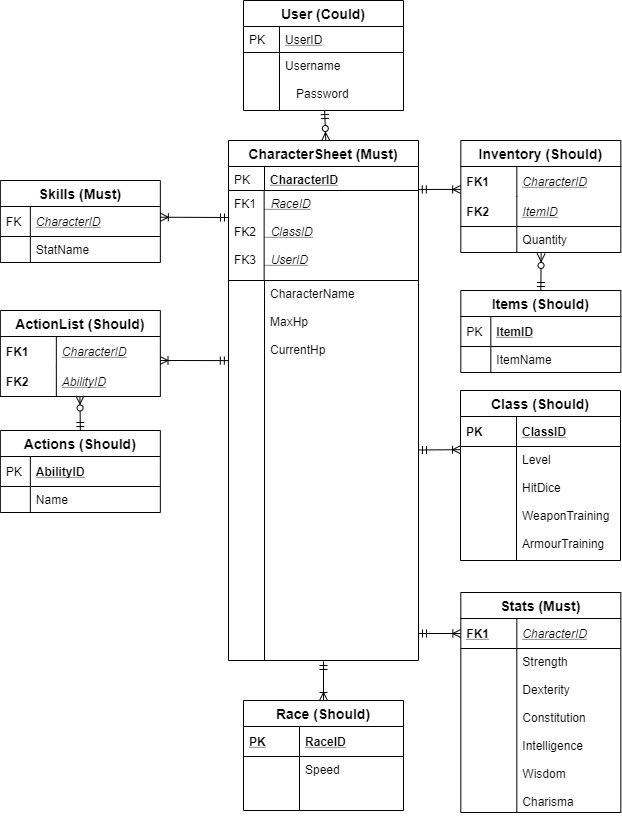
Christian-QA/redfern-dnd-website keeps this draw.io diagram as documentation/ERD DND Website.png. Above is the earlier version. Source tidied: cells renumbered, new cells last; positions are measured from the earlier drawing's top-left corner, leaving out a move shared by most shapes.
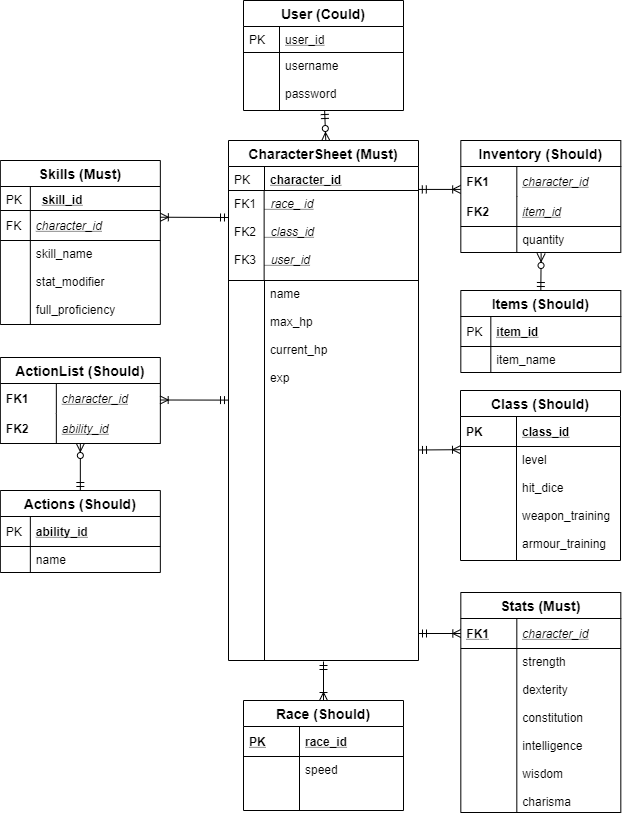
The same file after the commit.

Commit message:
Updated ERD as it was using old column names

Diff of the diagram source:
```diff
@@ -4,5 +4,2 @@
     <mxCell id="1" parent="0" />
-    <mxCell id="2" value="Password" style="text;strokeColor=none;fillColor=none;spacingLeft=4;spacingRight=4;overflow=hidden;fontSize=12;" parent="1" vertex="1">
-      <mxGeometry x="290" y="80" width="96" height="26" as="geometry" />
-    </mxCell>
     <mxCell id="3" style="fontSize=12;html=1;endArrow=ERzeroToMany;startArrow=ERmandOne;entryX=0.512;entryY=0;entryDx=0;entryDy=0;entryPerimeter=0;" parent="1" edge="1" source="54" target="4">
@@ -13,3 +10,3 @@
     </mxCell>
-    <mxCell id="5" value="CharacterID" style="shape=partialRectangle;top=0;left=0;right=0;bottom=1;align=left;verticalAlign=top;fillColor=none;spacingLeft=40;spacingRight=4;overflow=hidden;rounded=0;shadow=0;strokeWidth=1;fontStyle=5;" parent="4" vertex="1">
+    <mxCell id="5" value="character_id" style="shape=partialRectangle;top=0;left=0;right=0;bottom=1;align=left;verticalAlign=top;fillColor=none;spacingLeft=40;spacingRight=4;overflow=hidden;rounded=0;shadow=0;strokeWidth=1;fontStyle=5;" parent="4" vertex="1">
       <mxGeometry y="26" width="190" height="24" as="geometry" />
@@ -19,3 +16,3 @@
     </mxCell>
-    <mxCell id="7" value="  RaceID&#10;&#10;  ClassID&#10;&#10;  UserID" style="shape=partialRectangle;top=0;left=0;right=0;bottom=1;align=left;verticalAlign=top;fillColor=none;spacingLeft=34;spacingRight=4;overflow=hidden;points=[[0,0.5],[1,0.5]];portConstraint=eastwest;fontSize=12;fontStyle=6;" parent="4" vertex="1">
+    <mxCell id="7" value="  race_ id&#10;&#10;  class_id&#10;&#10;  user_id" style="shape=partialRectangle;top=0;left=0;right=0;bottom=1;align=left;verticalAlign=top;fillColor=none;spacingLeft=34;spacingRight=4;overflow=hidden;points=[[0,0.5],[1,0.5]];portConstraint=eastwest;fontSize=12;fontStyle=6;" parent="4" vertex="1">
       <mxGeometry y="50" width="190" height="90" as="geometry" />
@@ -25,3 +22,3 @@
     </mxCell>
-    <mxCell id="9" value="CharacterName&#10;&#10;MaxHp&#10;&#10;CurrentHp&#10;&#10;" style="shape=partialRectangle;top=0;left=0;right=0;bottom=0;align=left;verticalAlign=top;fillColor=none;spacingLeft=40;spacingRight=4;overflow=hidden;points=[[0,0.5],[1,0.5]];portConstraint=eastwest;rounded=0;shadow=0;strokeWidth=1;" parent="4" vertex="1">
+    <mxCell id="9" value="name&#10;&#10;max_hp&#10;&#10;current_hp&#10;&#10;exp" style="shape=partialRectangle;top=0;left=0;right=0;bottom=0;align=left;verticalAlign=top;fillColor=none;spacingLeft=40;spacingRight=4;overflow=hidden;points=[[0,0.5],[1,0.5]];portConstraint=eastwest;rounded=0;shadow=0;strokeWidth=1;" parent="4" vertex="1">
       <mxGeometry y="140" width="190" height="380" as="geometry" />
@@ -43,6 +40,4 @@
     </mxCell>
-    <mxCell id="14" style="fontSize=12;html=1;endArrow=ERzeroToMany;startArrow=ERmandOne;exitX=0.5;exitY=0;exitDx=0;exitDy=0;entryX=0.5;entryY=0.983;entryDx=0;entryDy=0;entryPerimeter=0;" parent="1" edge="1" source="61">
-      <mxGeometry relative="1" as="geometry">
-        <mxPoint x="79.4" y="395.5" as="targetPoint" />
-      </mxGeometry>
+    <mxCell id="14" style="fontSize=12;html=1;endArrow=ERzeroToMany;startArrow=ERmandOne;exitX=0.5;exitY=0;exitDx=0;exitDy=0;" parent="1" edge="1" source="61" target="59">
+      <mxGeometry relative="1" as="geometry" />
     </mxCell>
@@ -50,4 +45,4 @@
       <mxGeometry relative="1" as="geometry">
-        <mxPoint x="227.8" y="360.1" as="sourcePoint" />
-        <mxPoint x="159.5" y="360" as="targetPoint" />
+        <mxPoint x="228" y="399.6" as="sourcePoint" />
+        <mxPoint x="159.7" y="399.5" as="targetPoint" />
       </mxGeometry>
@@ -57,3 +52,3 @@
     </mxCell>
-    <mxCell id="17" value="CharacterID" style="shape=partialRectangle;top=0;left=0;right=0;bottom=0;align=left;verticalAlign=middle;fillColor=none;spacingLeft=60;spacingRight=4;overflow=hidden;points=[[0,0.5],[1,0.5]];portConstraint=eastwest;fontStyle=6;fontSize=12;" parent="16" vertex="1">
+    <mxCell id="17" value="character_id" style="shape=partialRectangle;top=0;left=0;right=0;bottom=0;align=left;verticalAlign=middle;fillColor=none;spacingLeft=60;spacingRight=4;overflow=hidden;points=[[0,0.5],[1,0.5]];portConstraint=eastwest;fontStyle=6;fontSize=12;" parent="16" vertex="1">
       <mxGeometry y="26" width="160" height="30" as="geometry" />
@@ -63,3 +58,3 @@
     </mxCell>
-    <mxCell id="19" value="ItemID" style="shape=partialRectangle;top=0;left=0;right=0;bottom=1;align=left;verticalAlign=middle;fillColor=none;spacingLeft=60;spacingRight=4;overflow=hidden;fontStyle=6;fontSize=12;" parent="16" vertex="1">
+    <mxCell id="19" value="item_id" style="shape=partialRectangle;top=0;left=0;right=0;bottom=1;align=left;verticalAlign=middle;fillColor=none;spacingLeft=60;spacingRight=4;overflow=hidden;fontStyle=6;fontSize=12;" parent="16" vertex="1">
       <mxGeometry y="56" width="160" height="30" as="geometry" />
@@ -69,3 +64,3 @@
     </mxCell>
-    <mxCell id="21" value="Quantity" style="shape=partialRectangle;top=0;left=0;right=0;bottom=0;align=left;verticalAlign=top;fillColor=none;spacingLeft=60;spacingRight=4;overflow=hidden;points=[[0,0.5],[1,0.5]];portConstraint=eastwest;fontSize=12;" parent="16" vertex="1">
+    <mxCell id="21" value="quantity" style="shape=partialRectangle;top=0;left=0;right=0;bottom=0;align=left;verticalAlign=top;fillColor=none;spacingLeft=60;spacingRight=4;overflow=hidden;points=[[0,0.5],[1,0.5]];portConstraint=eastwest;fontSize=12;" parent="16" vertex="1">
       <mxGeometry y="86" width="160" height="26" as="geometry" />
@@ -78,3 +73,3 @@
     </mxCell>
-    <mxCell id="24" value="ItemID" style="shape=partialRectangle;top=0;left=0;right=0;bottom=1;align=left;verticalAlign=middle;fillColor=none;spacingLeft=34;spacingRight=4;overflow=hidden;fontStyle=5;fontSize=12;" parent="23" vertex="1">
+    <mxCell id="24" value="item_id" style="shape=partialRectangle;top=0;left=0;right=0;bottom=1;align=left;verticalAlign=middle;fillColor=none;spacingLeft=34;spacingRight=4;overflow=hidden;fontStyle=5;fontSize=12;" parent="23" vertex="1">
       <mxGeometry y="26" width="160" height="30" as="geometry" />
@@ -84,3 +79,3 @@
     </mxCell>
-    <mxCell id="26" value="ItemName" style="shape=partialRectangle;top=0;left=0;right=0;bottom=0;align=left;verticalAlign=top;fillColor=none;spacingLeft=34;spacingRight=4;overflow=hidden;fontSize=12;" parent="23" vertex="1">
+    <mxCell id="26" value="item_name" style="shape=partialRectangle;top=0;left=0;right=0;bottom=0;align=left;verticalAlign=top;fillColor=none;spacingLeft=34;spacingRight=4;overflow=hidden;fontSize=12;" parent="23" vertex="1">
       <mxGeometry y="56" width="160" height="26" as="geometry" />
@@ -90,17 +85,2 @@
     </mxCell>
-    <mxCell id="28" value="Skills (Must)" style="swimlane;fontStyle=1;horizontal=1;startSize=26;align=center;fontSize=14;" parent="1" vertex="1">
-      <mxGeometry x="-0.2" y="180" width="160" height="82" as="geometry" />
-    </mxCell>
-    <mxCell id="29" value="CharacterID" style="shape=partialRectangle;top=0;left=0;right=0;bottom=1;align=left;verticalAlign=middle;fillColor=none;spacingLeft=34;spacingRight=4;overflow=hidden;fontStyle=6;fontSize=12;" parent="28" vertex="1">
-      <mxGeometry y="26" width="160" height="30" as="geometry" />
-    </mxCell>
-    <mxCell id="30" value="FK" style="shape=partialRectangle;top=0;left=0;bottom=0;fillColor=none;align=left;verticalAlign=middle;spacingLeft=4;spacingRight=4;overflow=hidden;fontSize=12;" parent="29" vertex="1">
-      <mxGeometry width="30" height="30" as="geometry" />
-    </mxCell>
-    <mxCell id="31" value="StatName" style="shape=partialRectangle;top=0;left=0;right=0;bottom=0;align=left;verticalAlign=top;fillColor=none;spacingLeft=34;spacingRight=4;overflow=hidden;fontSize=12;" parent="28" vertex="1">
-      <mxGeometry y="56" width="160" height="26" as="geometry" />
-    </mxCell>
-    <mxCell id="32" style="shape=partialRectangle;top=0;left=0;bottom=0;fillColor=none;align=left;verticalAlign=top;spacingLeft=4;spacingRight=4;overflow=hidden;fontSize=12;" parent="31" vertex="1">
-      <mxGeometry width="30" height="26" as="geometry" />
-    </mxCell>
     <mxCell id="33" value="Class (Should)" style="swimlane;fontStyle=1;horizontal=1;startSize=26;align=center;fontSize=14;" parent="1" vertex="1">
@@ -108,3 +88,3 @@
     </mxCell>
-    <mxCell id="34" value="ClassID" style="shape=partialRectangle;top=0;left=0;right=0;bottom=1;align=left;verticalAlign=middle;fillColor=none;spacingLeft=60;spacingRight=4;overflow=hidden;fontStyle=5;fontSize=12;" parent="33" vertex="1">
+    <mxCell id="34" value="class_id" style="shape=partialRectangle;top=0;left=0;right=0;bottom=1;align=left;verticalAlign=middle;fillColor=none;spacingLeft=60;spacingRight=4;overflow=hidden;fontStyle=5;fontSize=12;" parent="33" vertex="1">
       <mxGeometry y="26" width="160" height="30" as="geometry" />
@@ -114,3 +94,3 @@
     </mxCell>
-    <mxCell id="36" value="Level&#10;&#10;HitDice&#10;&#10;WeaponTraining&#10;&#10;ArmourTraining" style="shape=partialRectangle;top=0;left=0;right=0;bottom=0;align=left;verticalAlign=top;fillColor=none;spacingLeft=60;spacingRight=4;overflow=hidden;points=[[0,0.5],[1,0.5]];portConstraint=eastwest;fontSize=12;" parent="33" vertex="1">
+    <mxCell id="36" value="level&#10;&#10;hit_dice&#10;&#10;weapon_training&#10;&#10;armour_training" style="shape=partialRectangle;top=0;left=0;right=0;bottom=0;align=left;verticalAlign=top;fillColor=none;spacingLeft=60;spacingRight=4;overflow=hidden;points=[[0,0.5],[1,0.5]];portConstraint=eastwest;fontSize=12;" parent="33" vertex="1">
       <mxGeometry y="56" width="160" height="114" as="geometry" />
@@ -136,3 +116,3 @@
     </mxCell>
-    <mxCell id="42" value="UserID" style="shape=partialRectangle;top=0;left=0;right=0;bottom=1;align=left;verticalAlign=top;fillColor=none;spacingLeft=40;spacingRight=4;overflow=hidden;rounded=0;shadow=0;strokeWidth=1;fontStyle=4;" parent="41" vertex="1">
+    <mxCell id="42" value="user_id" style="shape=partialRectangle;top=0;left=0;right=0;bottom=1;align=left;verticalAlign=top;fillColor=none;spacingLeft=40;spacingRight=4;overflow=hidden;rounded=0;shadow=0;strokeWidth=1;fontStyle=4;" parent="41" vertex="1">
       <mxGeometry y="26" width="160" height="26" as="geometry" />
@@ -145,3 +125,3 @@
     </mxCell>
-    <mxCell id="45" value="RaceID" style="shape=partialRectangle;top=0;left=0;right=0;bottom=1;align=left;verticalAlign=middle;fillColor=none;spacingLeft=60;spacingRight=4;overflow=hidden;fontStyle=5;fontSize=12;" parent="44" vertex="1">
+    <mxCell id="45" value="race_id" style="shape=partialRectangle;top=0;left=0;right=0;bottom=1;align=left;verticalAlign=middle;fillColor=none;spacingLeft=60;spacingRight=4;overflow=hidden;fontStyle=5;fontSize=12;" parent="44" vertex="1">
       <mxGeometry y="26" width="160" height="30" as="geometry" />
@@ -151,3 +131,3 @@
     </mxCell>
-    <mxCell id="47" value="Speed" style="shape=partialRectangle;top=0;left=0;right=0;bottom=0;align=left;verticalAlign=top;fillColor=none;spacingLeft=60;spacingRight=4;overflow=hidden;fontSize=12;" parent="44" vertex="1">
+    <mxCell id="47" value="speed" style="shape=partialRectangle;top=0;left=0;right=0;bottom=0;align=left;verticalAlign=top;fillColor=none;spacingLeft=60;spacingRight=4;overflow=hidden;fontSize=12;" parent="44" vertex="1">
       <mxGeometry y="56" width="160" height="54" as="geometry" />
@@ -160,3 +140,3 @@
     </mxCell>
-    <mxCell id="50" value="CharacterID" style="shape=partialRectangle;top=0;left=0;right=0;bottom=1;align=left;verticalAlign=middle;fillColor=none;spacingLeft=60;spacingRight=4;overflow=hidden;points=[[0,0.5],[1,0.5]];portConstraint=eastwest;fontStyle=6;fontSize=12;" parent="49" vertex="1">
+    <mxCell id="50" value="character_id" style="shape=partialRectangle;top=0;left=0;right=0;bottom=1;align=left;verticalAlign=middle;fillColor=none;spacingLeft=60;spacingRight=4;overflow=hidden;points=[[0,0.5],[1,0.5]];portConstraint=eastwest;fontStyle=6;fontSize=12;" parent="49" vertex="1">
       <mxGeometry y="26" width="160" height="30" as="geometry" />
@@ -166,3 +146,3 @@
     </mxCell>
-    <mxCell id="52" value="Strength&#10;&#10;Dexterity&#10;&#10;Constitution&#10;&#10;Intelligence&#10;&#10;Wisdom&#10;&#10;Charisma" style="shape=partialRectangle;top=0;left=0;right=0;bottom=0;align=left;verticalAlign=top;fillColor=none;spacingLeft=60;spacingRight=4;overflow=hidden;fontSize=12;" parent="49" vertex="1">
+    <mxCell id="52" value="strength&#10;&#10;dexterity&#10;&#10;constitution&#10;&#10;intelligence&#10;&#10;wisdom&#10;&#10;charisma" style="shape=partialRectangle;top=0;left=0;right=0;bottom=0;align=left;verticalAlign=top;fillColor=none;spacingLeft=60;spacingRight=4;overflow=hidden;fontSize=12;" parent="49" vertex="1">
       <mxGeometry y="56" width="160" height="164" as="geometry" />
@@ -172,3 +152,3 @@
     </mxCell>
-    <mxCell id="54" value="Username" style="shape=partialRectangle;top=0;left=0;right=0;bottom=0;align=left;verticalAlign=top;fillColor=none;spacingLeft=40;spacingRight=4;overflow=hidden;points=[[0,0.5],[1,0.5]];portConstraint=eastwest;rounded=0;shadow=0;strokeWidth=1;" parent="1" vertex="1">
+    <mxCell id="54" value="username&#10;&#10;password" style="shape=partialRectangle;top=0;left=0;right=0;bottom=0;align=left;verticalAlign=top;fillColor=none;spacingLeft=40;spacingRight=4;overflow=hidden;points=[[0,0.5],[1,0.5]];portConstraint=eastwest;rounded=0;shadow=0;strokeWidth=1;" parent="1" vertex="1">
       <mxGeometry x="243" y="52" width="160" height="58" as="geometry" />
@@ -178,6 +158,42 @@
     </mxCell>
+    <mxCell id="28" value="Skills (Must)" style="swimlane;fontStyle=1;horizontal=1;startSize=26;align=center;fontSize=14;" parent="1" vertex="1">
+      <mxGeometry x="-0.2" y="160" width="160" height="164" as="geometry" />
+    </mxCell>
+    <mxCell id="66" value="skill_id" style="shape=partialRectangle;top=0;left=0;right=0;bottom=1;align=left;verticalAlign=top;fillColor=none;spacingLeft=40;spacingRight=4;overflow=hidden;rounded=0;shadow=0;strokeWidth=1;fontStyle=5;" parent="28" vertex="1">
+      <mxGeometry y="26" width="160" height="24" as="geometry" />
+    </mxCell>
+    <mxCell id="67" value="PK" style="shape=partialRectangle;top=0;left=0;bottom=0;fillColor=none;align=left;verticalAlign=top;spacingLeft=4;spacingRight=4;overflow=hidden;" parent="66" vertex="1">
+      <mxGeometry width="30" height="24" as="geometry" />
+    </mxCell>
+    <mxCell id="29" value="character_id" style="shape=partialRectangle;top=0;left=0;right=0;bottom=1;align=left;verticalAlign=middle;fillColor=none;spacingLeft=34;spacingRight=4;overflow=hidden;fontStyle=6;fontSize=12;" parent="28" vertex="1">
+      <mxGeometry y="50" width="160" height="30" as="geometry" />
+    </mxCell>
+    <mxCell id="30" value="FK" style="shape=partialRectangle;top=0;left=0;bottom=0;fillColor=none;align=left;verticalAlign=middle;spacingLeft=4;spacingRight=4;overflow=hidden;fontSize=12;" parent="29" vertex="1">
+      <mxGeometry width="30" height="30" as="geometry" />
+    </mxCell>
+    <mxCell id="31" value="skill_name&#10;&#10;stat_modifier&#10;&#10;full_proficiency" style="shape=partialRectangle;top=0;left=0;right=0;bottom=0;align=left;verticalAlign=top;fillColor=none;spacingLeft=34;spacingRight=4;overflow=hidden;fontSize=12;" parent="28" vertex="1">
+      <mxGeometry y="80" width="160" height="84" as="geometry" />
+    </mxCell>
+    <mxCell id="32" style="shape=partialRectangle;top=0;left=0;bottom=0;fillColor=none;align=left;verticalAlign=top;spacingLeft=4;spacingRight=4;overflow=hidden;fontSize=12;" parent="31" vertex="1">
+      <mxGeometry width="30" height="84" as="geometry" />
+    </mxCell>
+    <mxCell id="61" value="Actions (Should)" style="swimlane;fontStyle=1;horizontal=1;startSize=26;align=center;fontSize=14;" parent="1" vertex="1">
+      <mxGeometry x="-0.2" y="490" width="160" height="82" as="geometry" />
+    </mxCell>
+    <mxCell id="62" value="ability_id" style="shape=partialRectangle;top=0;left=0;right=0;bottom=1;align=left;verticalAlign=middle;fillColor=none;spacingLeft=34;spacingRight=4;overflow=hidden;fontStyle=5;fontSize=12;" parent="61" vertex="1">
+      <mxGeometry y="26" width="160" height="30" as="geometry" />
+    </mxCell>
+    <mxCell id="63" value="PK" style="shape=partialRectangle;top=0;left=0;bottom=0;fillColor=none;align=left;verticalAlign=middle;spacingLeft=4;spacingRight=4;overflow=hidden;fontSize=12;" parent="62" vertex="1">
+      <mxGeometry width="30" height="30" as="geometry" />
+    </mxCell>
+    <mxCell id="64" value="name" style="shape=partialRectangle;top=0;left=0;right=0;bottom=0;align=left;verticalAlign=top;fillColor=none;spacingLeft=34;spacingRight=4;overflow=hidden;fontSize=12;" parent="61" vertex="1">
+      <mxGeometry y="56" width="160" height="26" as="geometry" />
+    </mxCell>
+    <mxCell id="65" style="shape=partialRectangle;top=0;left=0;bottom=0;fillColor=none;align=left;verticalAlign=top;spacingLeft=4;spacingRight=4;overflow=hidden;fontSize=12;" parent="64" vertex="1">
+      <mxGeometry width="30" height="26" as="geometry" />
+    </mxCell>
     <mxCell id="56" value="ActionList (Should)" style="swimlane;fontStyle=1;horizontal=1;startSize=26;align=center;fontSize=14;" parent="1" vertex="1">
-      <mxGeometry x="-0.2" y="310" width="160" height="86" as="geometry" />
+      <mxGeometry x="-0.2" y="357" width="160" height="86" as="geometry" />
     </mxCell>
-    <mxCell id="57" value="CharacterID" style="shape=partialRectangle;top=0;left=0;right=0;bottom=0;align=left;verticalAlign=middle;fillColor=none;spacingLeft=60;spacingRight=4;overflow=hidden;fontStyle=6;fontSize=12;" parent="56" vertex="1">
+    <mxCell id="57" value="character_id" style="shape=partialRectangle;top=0;left=0;right=0;bottom=0;align=left;verticalAlign=middle;fillColor=none;spacingLeft=60;spacingRight=4;overflow=hidden;fontStyle=6;fontSize=12;" parent="56" vertex="1">
       <mxGeometry y="26" width="160" height="30" as="geometry" />
@@ -187,3 +203,3 @@
     </mxCell>
-    <mxCell id="59" value="AbilityID" style="shape=partialRectangle;top=0;left=0;right=0;bottom=1;align=left;verticalAlign=middle;fillColor=none;spacingLeft=60;spacingRight=4;overflow=hidden;points=[[0,0.5],[1,0.5]];portConstraint=eastwest;fontStyle=6;fontSize=12;" parent="56" vertex="1">
+    <mxCell id="59" value="ability_id" style="shape=partialRectangle;top=0;left=0;right=0;bottom=1;align=left;verticalAlign=middle;fillColor=none;spacingLeft=60;spacingRight=4;overflow=hidden;points=[[0,0.5],[1,0.5]];portConstraint=eastwest;fontStyle=6;fontSize=12;" parent="56" vertex="1">
       <mxGeometry y="56" width="160" height="30" as="geometry" />
@@ -193,17 +209,2 @@
     </mxCell>
-    <mxCell id="61" value="Actions (Should)" style="swimlane;fontStyle=1;horizontal=1;startSize=26;align=center;fontSize=14;" parent="1" vertex="1">
-      <mxGeometry x="-0.2" y="430" width="160" height="82" as="geometry" />
-    </mxCell>
-    <mxCell id="62" value="AbilityID" style="shape=partialRectangle;top=0;left=0;right=0;bottom=1;align=left;verticalAlign=middle;fillColor=none;spacingLeft=34;spacingRight=4;overflow=hidden;fontStyle=5;fontSize=12;" parent="61" vertex="1">
-      <mxGeometry y="26" width="160" height="30" as="geometry" />
-    </mxCell>
-    <mxCell id="63" value="PK" style="shape=partialRectangle;top=0;left=0;bottom=0;fillColor=none;align=left;verticalAlign=middle;spacingLeft=4;spacingRight=4;overflow=hidden;fontSize=12;" parent="62" vertex="1">
-      <mxGeometry width="30" height="30" as="geometry" />
-    </mxCell>
-    <mxCell id="64" value="Name" style="shape=partialRectangle;top=0;left=0;right=0;bottom=0;align=left;verticalAlign=top;fillColor=none;spacingLeft=34;spacingRight=4;overflow=hidden;fontSize=12;" parent="61" vertex="1">
-      <mxGeometry y="56" width="160" height="26" as="geometry" />
-    </mxCell>
-    <mxCell id="65" style="shape=partialRectangle;top=0;left=0;bottom=0;fillColor=none;align=left;verticalAlign=top;spacingLeft=4;spacingRight=4;overflow=hidden;fontSize=12;" parent="64" vertex="1">
-      <mxGeometry width="30" height="26" as="geometry" />
-    </mxCell>
   </root>
```
